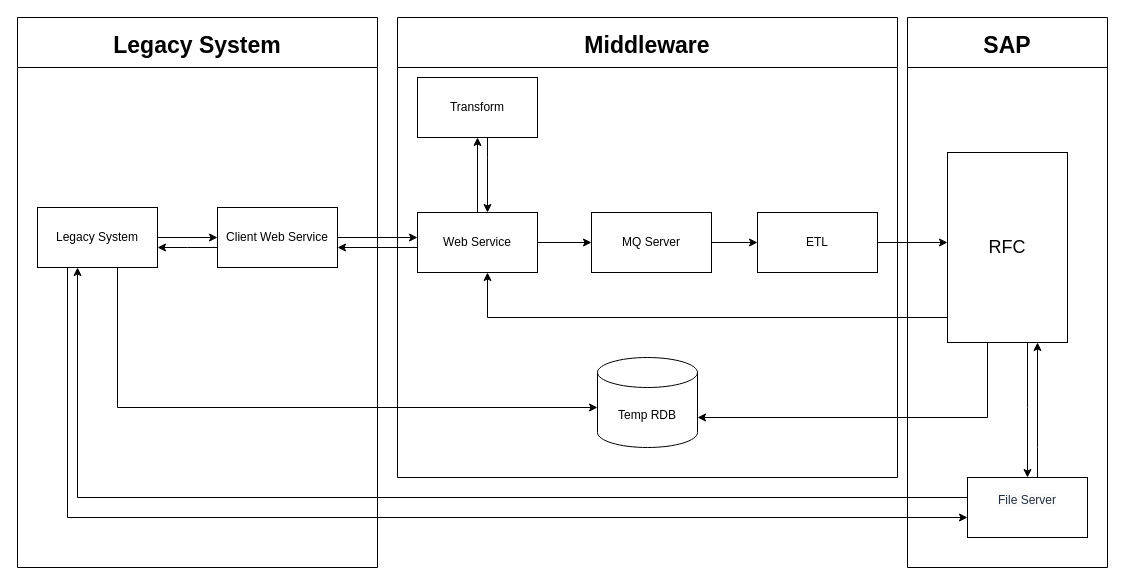
Before: 架構圖.drawio in jaxman020/SDD, a draw.io diagram. Source tidied: cells renumbered, new cells numbered last; positions are measured from the earlier drawing's top-left corner, leaving out a move shared by most shapes. Both pictures are drawn from the tidied source at 100%, with x=0, y=0 at pixel (17, 17).
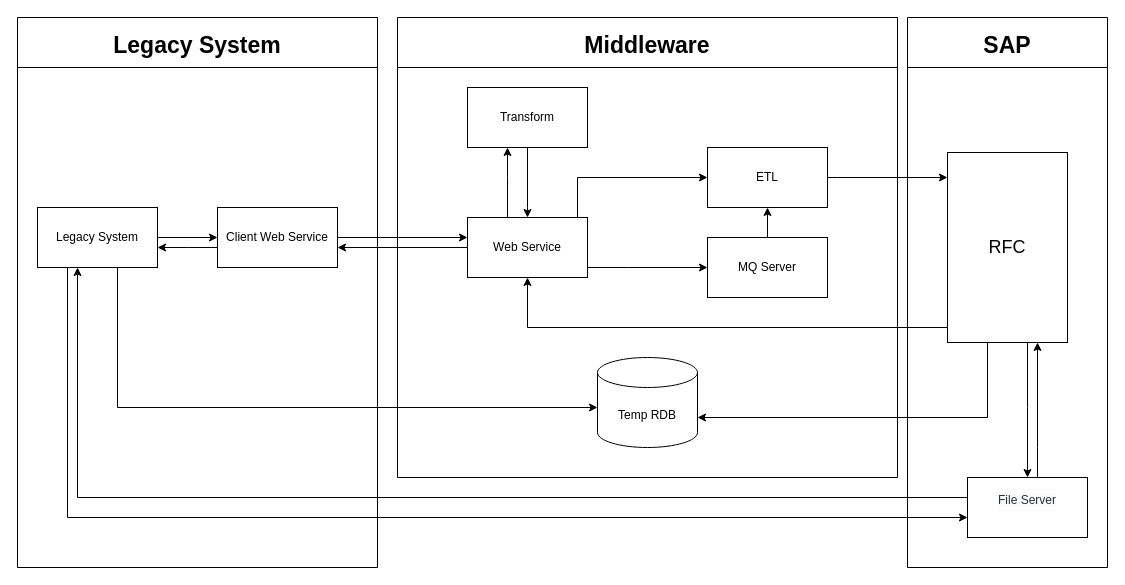
Above is the later version.

Commit message:
更新架構圖.drawio

Unchanged cells that the change refers to:
```xml
<mxCell id="7" value="Middleware" style="swimlane;fontSize=23;startSize=50;" parent="1" vertex="1">
  <mxGeometry x="380" width="500" height="460" as="geometry" />
</mxCell>
<mxCell id="19" value="RFC" style="rounded=0;whiteSpace=wrap;html=1;fontSize=18;" parent="17" vertex="1">
  <mxGeometry x="40" y="135" width="120" height="190" as="geometry" />
</mxCell>
```

What changed in the source:
```diff
@@
     <mxCell id="9" value="Transform" style="rounded=0;whiteSpace=wrap;html=1;" parent="7" vertex="1">
-      <mxGeometry x="20" y="60" width="120" height="60" as="geometry" />
+      <mxGeometry x="70" y="70" width="120" height="60" as="geometry" />
     </mxCell>
+    <mxCell id="30" style="edgeStyle=orthogonalEdgeStyle;rounded=0;jettySize=auto;html=1;" parent="7" edge="1" source="10" target="15">
+      <mxGeometry relative="1" as="geometry">
+        <Array as="points">
+          <mxPoint x="180" y="160" />
+        </Array>
+      </mxGeometry>
+    </mxCell>
     <mxCell id="10" value="Web Service" style="rounded=0;whiteSpace=wrap;html=1;" parent="7" vertex="1">
-      <mxGeometry x="20" y="195" width="120" height="60" as="geometry" />
+      <mxGeometry x="70" y="200" width="120" height="60" as="geometry" />
     </mxCell>
     <mxCell id="11" style="edgeStyle=orthogonalEdgeStyle;rounded=0;jettySize=auto;html=1;" parent="7" edge="1" source="10" target="9">
-      <mxGeometry relative="1" as="geometry" />
+      <mxGeometry relative="1" as="geometry">
+        <Array as="points">
+          <mxPoint x="110" y="160" />
+          <mxPoint x="110" y="160" />
+        </Array>
+      </mxGeometry>
     </mxCell>
     <mxCell id="12" style="edgeStyle=orthogonalEdgeStyle;rounded=0;jettySize=auto;html=1;" parent="7" edge="1" source="9" target="10">
       <mxGeometry relative="1" as="geometry">
         <Array as="points">
-          <mxPoint x="90" y="140" />
-          <mxPoint x="90" y="140" />
+          <mxPoint x="130" y="190" />
+          <mxPoint x="130" y="190" />
         </Array>
       </mxGeometry>
     </mxCell>
     <mxCell id="13" value="MQ Server" style="rounded=0;whiteSpace=wrap;html=1;" parent="7" vertex="1">
-      <mxGeometry x="194" y="195" width="120" height="60" as="geometry" />
+      <mxGeometry x="310" y="220" width="120" height="60" as="geometry" />
     </mxCell>
     <mxCell id="14" style="edgeStyle=orthogonalEdgeStyle;rounded=0;jettySize=auto;html=1;" parent="7" edge="1" source="10" target="13">
-      <mxGeometry relative="1" as="geometry" />
+      <mxGeometry relative="1" as="geometry">
+        <Array as="points">
+          <mxPoint x="230" y="250" />
+          <mxPoint x="230" y="250" />
+        </Array>
+      </mxGeometry>
     </mxCell>
     <mxCell id="15" value="ETL" style="rounded=0;whiteSpace=wrap;html=1;" parent="7" vertex="1">
-      <mxGeometry x="360" y="195" width="120" height="60" as="geometry" />
+      <mxGeometry x="310" y="130" width="120" height="60" as="geometry" />
     </mxCell>
     <mxCell id="16" style="edgeStyle=orthogonalEdgeStyle;rounded=0;jettySize=auto;html=1;" parent="7" edge="1" source="13" target="15">
-      <mxGeometry relative="1" as="geometry" />
+      <mxGeometry relative="1" as="geometry">
+        <Array as="points">
+          <mxPoint x="370" y="190" />
+          <mxPoint x="370" y="190" />
+        </Array>
+      </mxGeometry>
     </mxCell>
@@
     <mxCell id="23" style="edgeStyle=orthogonalEdgeStyle;rounded=0;jettySize=auto;html=1;" parent="1" edge="1" source="19" target="10">
       <mxGeometry relative="1" as="geometry">
         <Array as="points">
-          <mxPoint x="470" y="300" />
+          <mxPoint x="510" y="310" />
         </Array>
       </mxGeometry>
     </mxCell>
@@
     <mxCell id="28" style="edgeStyle=orthogonalEdgeStyle;rounded=0;jettySize=auto;html=1;" parent="1" edge="1" source="15" target="19">
       <mxGeometry relative="1" as="geometry">
         <Array as="points">
-          <mxPoint x="940" y="220" />
-          <mxPoint x="940" y="220" />
+          <mxPoint x="820" y="160" />
+          <mxPoint x="820" y="160" />
         </Array>
       </mxGeometry>
     </mxCell>
```
